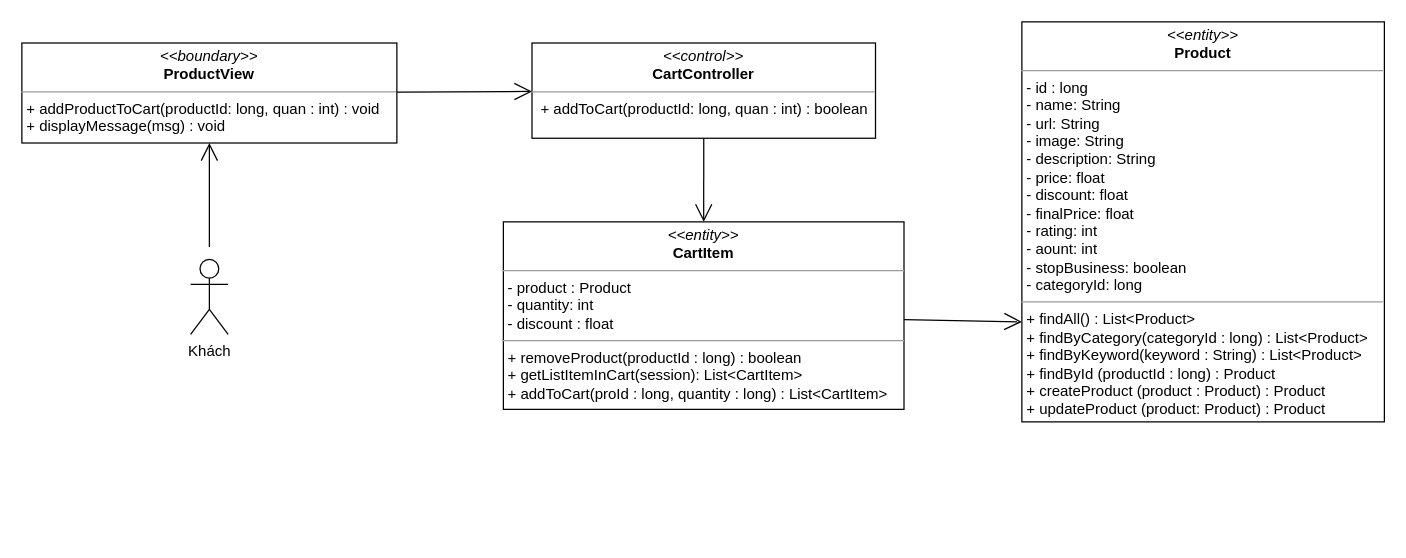
The draw.io diagram class diagram/add-product-to-cart-class-diagram.drawio in nguyenphamvan/datn_20202, before the edit. Source tidied: cells renumbered, new cells numbered last; positions are measured from the earlier drawing's top-left corner, leaving out a move shared by most shapes. Both pictures are drawn from the tidied source at 125%, with x=0, y=0 at pixel (21, 21).
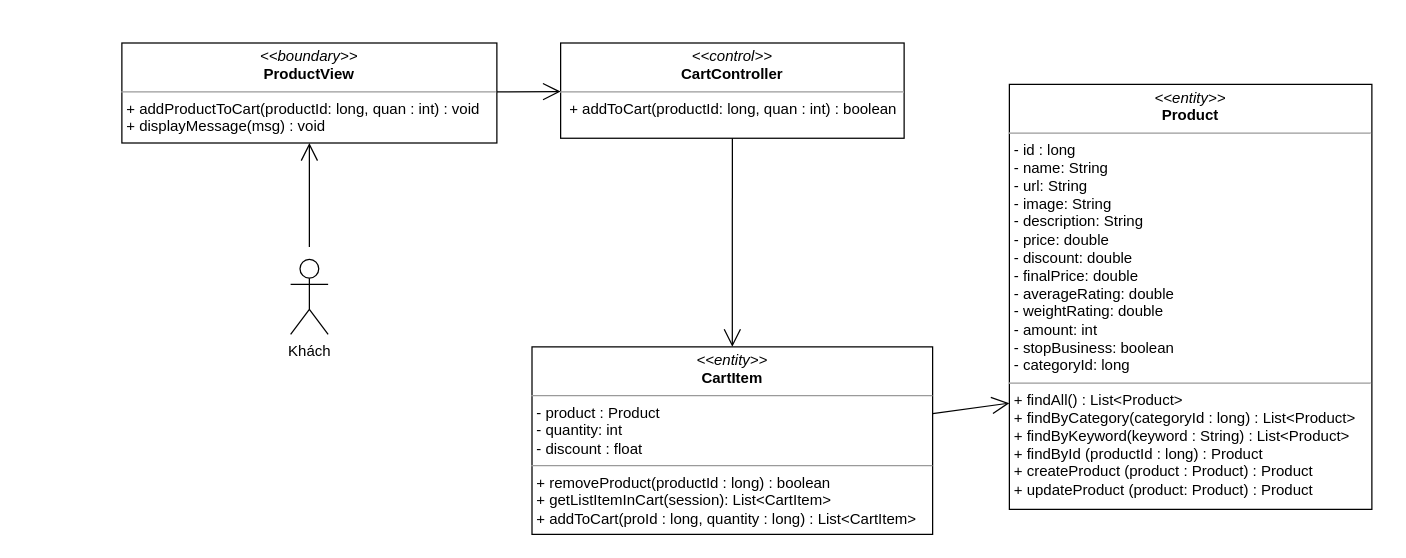
The same diagram, later.

Diff of the diagram source:
```diff
@@
 <mxGraphModel>
   <root>
     <mxCell id="0" />
     <mxCell id="1" parent="0" />
     <mxCell id="2" value="&lt;p style=&quot;margin: 0px ; margin-top: 4px ; text-align: center&quot;&gt;&lt;i&gt;&amp;lt;&amp;lt;boundary&amp;gt;&amp;gt;&lt;/i&gt;&lt;br&gt;&lt;b&gt;ProductView&lt;/b&gt;&lt;/p&gt;&lt;hr size=&quot;1&quot;&gt;&lt;p style=&quot;margin: 0px ; margin-left: 4px&quot;&gt;&lt;span&gt;+ addProductToCart(productId: long, quan : int) : void&lt;/span&gt;&lt;/p&gt;&lt;p style=&quot;margin: 0px ; margin-left: 4px&quot;&gt;&lt;span&gt;+ displayMessage(msg) : void&lt;/span&gt;&lt;/p&gt;" style="verticalAlign=top;align=left;overflow=fill;fontSize=12;fontFamily=Helvetica;html=1;" parent="1" vertex="1">
-      <mxGeometry y="16.9" width="300" height="80" as="geometry" />
+      <mxGeometry x="80" y="16.9" width="300" height="80" as="geometry" />
     </mxCell>
     <mxCell id="3" value="&lt;p style=&quot;margin: 0px ; margin-top: 4px ; text-align: center&quot;&gt;&lt;i&gt;&amp;lt;&amp;lt;entity&amp;gt;&amp;gt;&lt;/i&gt;&lt;br&gt;&lt;b&gt;CartItem&lt;/b&gt;&lt;/p&gt;&lt;hr size=&quot;1&quot;&gt;&lt;p style=&quot;margin: 0px ; margin-left: 4px&quot;&gt;- product : Product&lt;/p&gt;&lt;p style=&quot;margin: 0px ; margin-left: 4px&quot;&gt;- quantity: int&lt;br&gt;- discount : float&lt;/p&gt;&lt;hr size=&quot;1&quot;&gt;&lt;p style=&quot;margin: 0px 0px 0px 4px&quot;&gt;+ removeProduct(productId : long) : boolean&lt;/p&gt;&lt;p style=&quot;margin: 0px 0px 0px 4px&quot;&gt;+ getListItemInCart(session): List&amp;lt;CartItem&amp;gt;&lt;/p&gt;&lt;p style=&quot;margin: 0px 0px 0px 4px&quot;&gt;+ addToCart(proId : long, quantity : long) : List&amp;lt;CartItem&amp;gt;&lt;/p&gt;" style="verticalAlign=top;align=left;overflow=fill;fontSize=12;fontFamily=Helvetica;html=1;" parent="1" vertex="1">
-      <mxGeometry x="385.2" y="160" width="320.5" height="150" as="geometry" />
+      <mxGeometry x="408.1" y="260" width="320.5" height="150" as="geometry" />
     </mxCell>
-    <mxCell id="4" value="&lt;p style=&quot;margin: 0px ; margin-top: 4px ; text-align: center&quot;&gt;&lt;i&gt;&amp;lt;&amp;lt;entity&amp;gt;&amp;gt;&lt;/i&gt;&lt;br&gt;&lt;b&gt;Product&lt;/b&gt;&lt;/p&gt;&lt;hr size=&quot;1&quot;&gt;&lt;p style=&quot;margin: 0px ; margin-left: 4px&quot;&gt;- id : long&lt;/p&gt;&lt;p style=&quot;margin: 0px ; margin-left: 4px&quot;&gt;- name: String&lt;br&gt;- url: String&lt;/p&gt;&lt;p style=&quot;margin: 0px ; margin-left: 4px&quot;&gt;- image: String&lt;/p&gt;&lt;p style=&quot;margin: 0px ; margin-left: 4px&quot;&gt;- description: String&lt;/p&gt;&lt;p style=&quot;margin: 0px ; margin-left: 4px&quot;&gt;- price: float&lt;/p&gt;&lt;p style=&quot;margin: 0px ; margin-left: 4px&quot;&gt;- discount: float&lt;/p&gt;&lt;p style=&quot;margin: 0px ; margin-left: 4px&quot;&gt;- finalPrice: float&lt;/p&gt;&lt;p style=&quot;margin: 0px ; margin-left: 4px&quot;&gt;- rating: int&lt;/p&gt;&lt;p style=&quot;margin: 0px ; margin-left: 4px&quot;&gt;- aount: int&lt;/p&gt;&lt;p style=&quot;margin: 0px ; margin-left: 4px&quot;&gt;- stopBusiness: boolean&lt;/p&gt;&lt;p style=&quot;margin: 0px ; margin-left: 4px&quot;&gt;- categoryId: long&lt;/p&gt;&lt;hr size=&quot;1&quot;&gt;&lt;p style=&quot;margin: 0px 0px 0px 4px&quot;&gt;+ findAll() : List&amp;lt;Product&amp;gt;&lt;/p&gt;&lt;p style=&quot;margin: 0px 0px 0px 4px&quot;&gt;+ findByCategory(categoryId : long) : List&amp;lt;Product&amp;gt;&lt;/p&gt;&lt;p style=&quot;margin: 0px 0px 0px 4px&quot;&gt;+ findByKeyword(keyword : String) : List&amp;lt;Product&amp;gt;&lt;/p&gt;&lt;p style=&quot;margin: 0px 0px 0px 4px&quot;&gt;+ findById (productId : long) : Product&lt;/p&gt;&lt;p style=&quot;margin: 0px 0px 0px 4px&quot;&gt;+ createProduct (product : Product) : Product&lt;/p&gt;&lt;p style=&quot;margin: 0px 0px 0px 4px&quot;&gt;+ updateProduct (product: Product) : Product&lt;/p&gt;" style="verticalAlign=top;align=left;overflow=fill;fontSize=12;fontFamily=Helvetica;html=1;" parent="1" vertex="1">
-      <mxGeometry x="800" width="290" height="320" as="geometry" />
+    <mxCell id="4" value="&lt;p style=&quot;margin: 0px ; margin-top: 4px ; text-align: center&quot;&gt;&lt;i&gt;&amp;lt;&amp;lt;entity&amp;gt;&amp;gt;&lt;/i&gt;&lt;br&gt;&lt;b&gt;Product&lt;/b&gt;&lt;/p&gt;&lt;hr size=&quot;1&quot;&gt;&lt;p style=&quot;margin: 0px 0px 0px 4px&quot;&gt;- id : long&lt;/p&gt;&lt;p style=&quot;margin: 0px 0px 0px 4px&quot;&gt;- name: String&lt;br&gt;- url: String&lt;/p&gt;&lt;p style=&quot;margin: 0px 0px 0px 4px&quot;&gt;- image: String&lt;/p&gt;&lt;p style=&quot;margin: 0px 0px 0px 4px&quot;&gt;- description: String&lt;/p&gt;&lt;p style=&quot;margin: 0px 0px 0px 4px&quot;&gt;- price: double&lt;/p&gt;&lt;p style=&quot;margin: 0px 0px 0px 4px&quot;&gt;- discount: double&lt;/p&gt;&lt;p style=&quot;margin: 0px 0px 0px 4px&quot;&gt;- finalPrice: double&lt;/p&gt;&lt;p style=&quot;margin: 0px 0px 0px 4px&quot;&gt;- averageRating: double&lt;/p&gt;&lt;p style=&quot;margin: 0px 0px 0px 4px&quot;&gt;- weightRating: double&lt;/p&gt;&lt;p style=&quot;margin: 0px 0px 0px 4px&quot;&gt;- amount: int&lt;/p&gt;&lt;p style=&quot;margin: 0px 0px 0px 4px&quot;&gt;- stopBusiness: boolean&lt;/p&gt;&lt;p style=&quot;margin: 0px 0px 0px 4px&quot;&gt;- categoryId: long&lt;/p&gt;&lt;hr size=&quot;1&quot;&gt;&lt;p style=&quot;margin: 0px 0px 0px 4px&quot;&gt;+ findAll() : List&amp;lt;Product&amp;gt;&lt;/p&gt;&lt;p style=&quot;margin: 0px 0px 0px 4px&quot;&gt;+ findByCategory(categoryId : long) : List&amp;lt;Product&amp;gt;&lt;/p&gt;&lt;p style=&quot;margin: 0px 0px 0px 4px&quot;&gt;+ findByKeyword(keyword : String) : List&amp;lt;Product&amp;gt;&lt;/p&gt;&lt;p style=&quot;margin: 0px 0px 0px 4px&quot;&gt;+ findById (productId : long) : Product&lt;/p&gt;&lt;p style=&quot;margin: 0px 0px 0px 4px&quot;&gt;+ createProduct (product : Product) : Product&lt;/p&gt;&lt;p style=&quot;margin: 0px 0px 0px 4px&quot;&gt;+ updateProduct (product: Product) : Product&lt;/p&gt;" style="verticalAlign=top;align=left;overflow=fill;fontSize=12;fontFamily=Helvetica;html=1;" parent="1" vertex="1">
+      <mxGeometry x="790" y="50" width="290" height="340" as="geometry" />
     </mxCell>
     <mxCell id="5" value="&lt;p style=&quot;margin: 0px ; margin-top: 4px ; text-align: center&quot;&gt;&lt;i&gt;&amp;lt;&amp;lt;control&amp;gt;&amp;gt;&lt;/i&gt;&lt;br&gt;&lt;b&gt;CartController&lt;/b&gt;&lt;/p&gt;&lt;hr size=&quot;1&quot;&gt;&lt;p style=&quot;margin: 0px ; margin-left: 4px&quot;&gt;&lt;span&gt;&amp;nbsp;+ addToCart(productId: long, quan : int) : boolean&lt;/span&gt;&lt;/p&gt;" style="verticalAlign=top;align=left;overflow=fill;fontSize=12;fontFamily=Helvetica;html=1;" parent="1" vertex="1">
-      <mxGeometry x="408.1" y="16.9" width="274.8" height="76.2" as="geometry" />
+      <mxGeometry x="431" y="16.9" width="274.8" height="76.2" as="geometry" />
     </mxCell>
     <mxCell id="6" style="endArrow=open;endFill=1;endSize=12;html=1;" parent="1" edge="1" source="5" target="3">
       <mxGeometry relative="1" as="geometry" />
     </mxCell>
     <mxCell id="7" style="endArrow=open;endFill=1;endSize=12;html=1;entryX=0;entryY=0.75;entryDx=0;entryDy=0;" parent="1" edge="1" source="3" target="4">
       <mxGeometry relative="1" as="geometry" />
     </mxCell>
     <mxCell id="8" style="endArrow=open;endFill=1;endSize=12;html=1;" parent="1" edge="1" source="2" target="5">
       <mxGeometry relative="1" as="geometry" />
     </mxCell>
     <mxCell id="9" value="Khách&lt;br&gt;" style="shape=umlActor;verticalLabelPosition=bottom;verticalAlign=top;html=1;" parent="1" vertex="1">
-      <mxGeometry x="135" y="190" width="30" height="60" as="geometry" />
+      <mxGeometry x="215" y="190" width="30" height="60" as="geometry" />
     </mxCell>
     <mxCell id="10" style="endArrow=open;endFill=1;endSize=12;html=1;" parent="1" edge="1" target="2">
       <mxGeometry relative="1" as="geometry">
-        <mxPoint x="150" y="180" as="sourcePoint" />
+        <mxPoint x="230" y="180" as="sourcePoint" />
       </mxGeometry>
     </mxCell>
   </root>
 </mxGraphModel>
```
